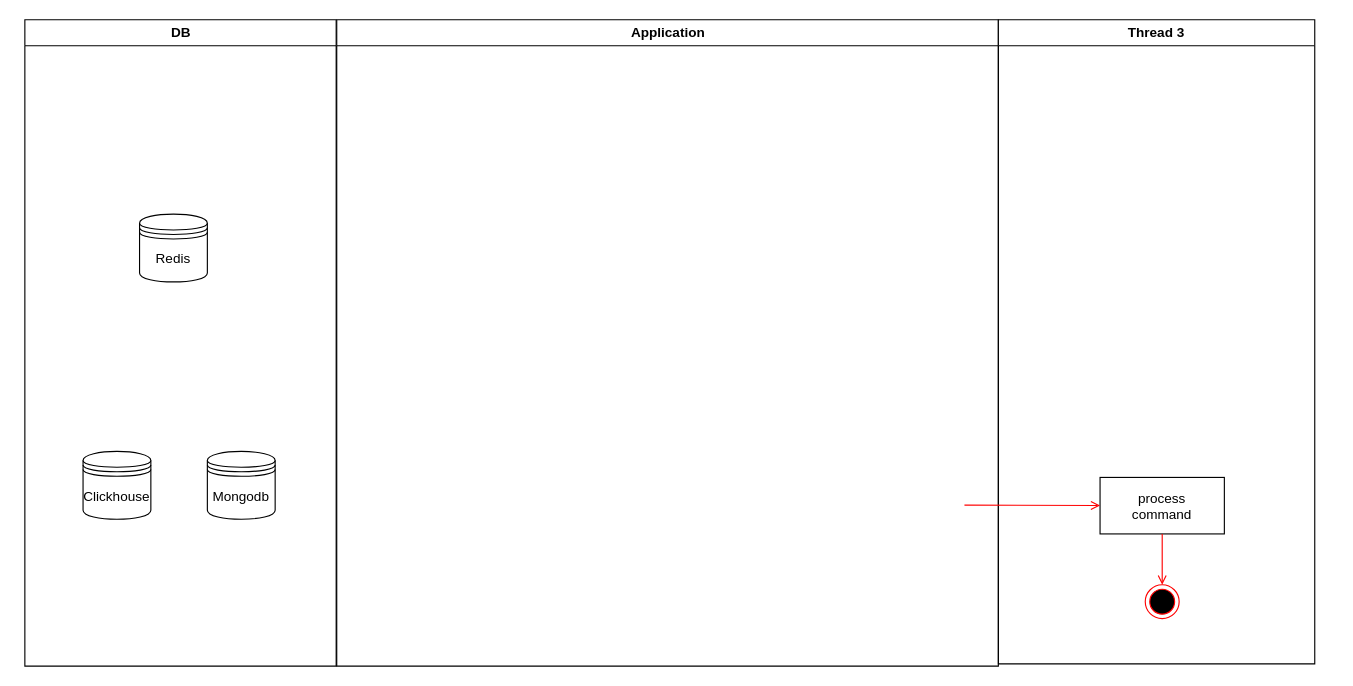
This is 未命名绘图.drawio from hoosin/hoosin, a draw.io file, before an edit. Source tidied: cells renumbered, new cells numbered last; positions are measured from the earlier drawing's top-left corner, leaving out a move shared by most shapes. Both pictures are drawn from the tidied source at 113%, with x=0, y=0 at pixel (24, 19).
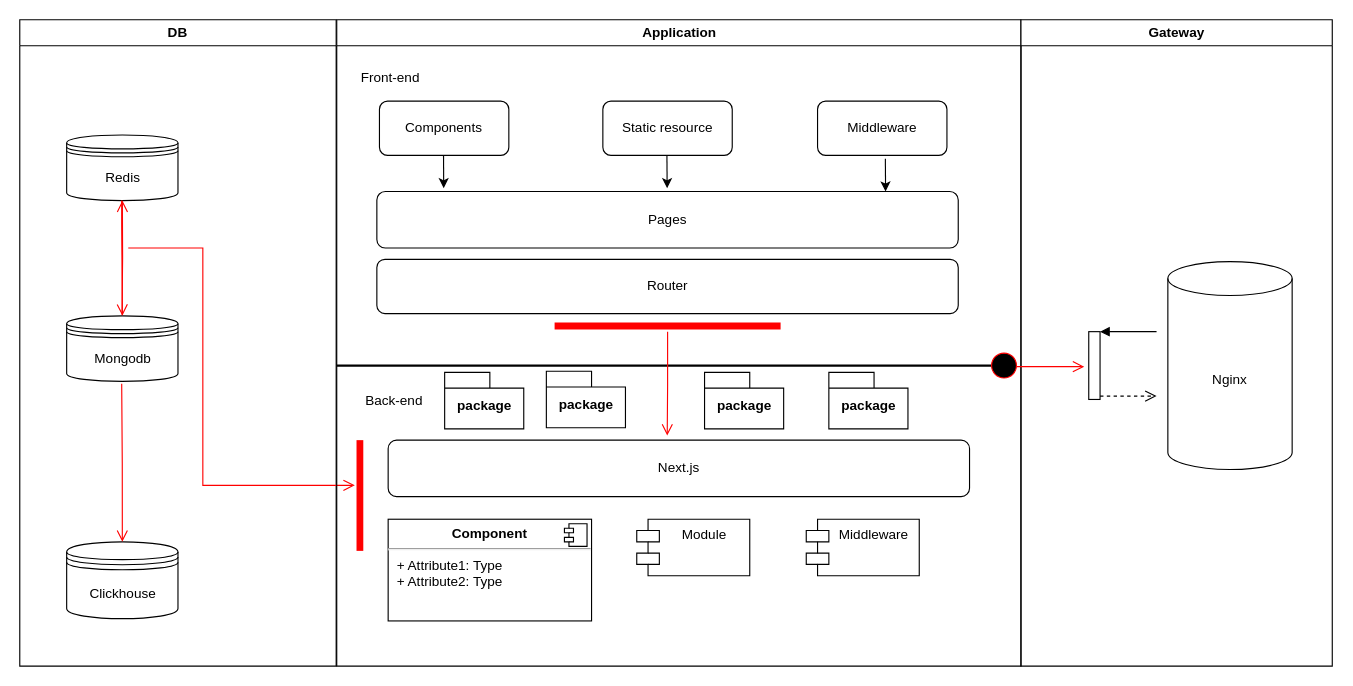
The same page after the edit.

Commit message (it also covers changes not shown here):
更新未命名绘图.drawio

What changed in the source:
```diff
@@
     <mxCell id="2" value="DB" style="swimlane;whiteSpace=wrap;" parent="1" vertex="1">
-      <mxGeometry x="0.5" width="275.5" height="572" as="geometry" />
+      <mxGeometry x="-4" width="280" height="572" as="geometry" />
     </mxCell>
     <mxCell id="3" value="Mongodb" style="shape=datastore;whiteSpace=wrap;html=1;" parent="2" vertex="1">
-      <mxGeometry x="161.5" y="382" width="60" height="60" as="geometry" />
+      <mxGeometry x="41.5" y="262" width="98.5" height="58" as="geometry" />
     </mxCell>
     <mxCell id="4" value="Clickhouse" style="shape=datastore;whiteSpace=wrap;html=1;" parent="2" vertex="1">
-      <mxGeometry x="51.5" y="382" width="60" height="60" as="geometry" />
+      <mxGeometry x="41.5" y="462" width="98.5" height="68" as="geometry" />
     </mxCell>
     <mxCell id="5" value="Redis" style="shape=datastore;whiteSpace=wrap;html=1;" parent="2" vertex="1">
-      <mxGeometry x="101.5" y="172" width="60" height="60" as="geometry" />
+      <mxGeometry x="41.5" y="102" width="98.5" height="58" as="geometry" />
     </mxCell>
+    <mxCell id="12" style="edgeStyle=orthogonalEdgeStyle;html=1;verticalAlign=bottom;endArrow=open;endSize=8;strokeColor=#ff0000;rounded=0;entryX=0.5;entryY=0;entryDx=0;entryDy=0;" parent="2" edge="1">
+      <mxGeometry relative="1" as="geometry">
+        <mxPoint x="90.2" y="160" as="sourcePoint" />
+        <mxPoint x="90.8" y="262" as="targetPoint" />
+        <Array as="points">
+          <mxPoint x="90" y="182" />
+          <mxPoint x="90" y="182" />
+        </Array>
+      </mxGeometry>
+    </mxCell>
+    <mxCell id="13" style="edgeStyle=orthogonalEdgeStyle;html=1;verticalAlign=bottom;endArrow=open;endSize=8;strokeColor=#ff0000;rounded=0;entryX=0.5;entryY=0;entryDx=0;entryDy=0;" parent="2" edge="1" target="4">
+      <mxGeometry relative="1" as="geometry">
+        <mxPoint x="90.2" y="322" as="sourcePoint" />
+      </mxGeometry>
+    </mxCell>
+    <mxCell id="14" style="edgeStyle=orthogonalEdgeStyle;html=1;verticalAlign=bottom;endArrow=open;endSize=8;strokeColor=#ff0000;rounded=0;" parent="2" edge="1" target="5">
+      <mxGeometry relative="1" as="geometry">
+        <mxPoint x="90.5" y="261" as="sourcePoint" />
+      </mxGeometry>
+    </mxCell>
+    <mxCell id="15" style="edgeStyle=orthogonalEdgeStyle;html=1;align=left;verticalAlign=bottom;endArrow=open;endSize=8;strokeColor=#ff0000;rounded=0;" parent="2" edge="1">
+      <mxGeometry x="-1" relative="1" as="geometry">
+        <mxPoint x="96" y="202" as="sourcePoint" />
+        <mxPoint x="296.5" y="412" as="targetPoint" />
+        <Array as="points">
+          <mxPoint x="162" y="202" />
+          <mxPoint x="162" y="412" />
+          <mxPoint x="296" y="412" />
+        </Array>
+      </mxGeometry>
+    </mxCell>
     <mxCell id="6" value="Application" style="swimlane;whiteSpace=wrap;" parent="1" vertex="1">
-      <mxGeometry x="276.5" width="585.5" height="572" as="geometry" />
+      <mxGeometry x="276.5" width="605.5" height="572" as="geometry" />
     </mxCell>
+    <mxCell id="16" style="line;strokeWidth=2;html=1;" parent="6" vertex="1">
+      <mxGeometry y="301" width="590" height="10" as="geometry" />
+    </mxCell>
+    <mxCell id="17" value="&amp;nbsp;Front-end" style="text;html=1;align=center;verticalAlign=middle;strokeColor=none;fillColor=none;" parent="6" vertex="1">
+      <mxGeometry x="5.5" y="37" width="80" height="30" as="geometry" />
+    </mxCell>
+    <mxCell id="18" value="Back-end" style="text;html=1;align=center;verticalAlign=middle;strokeColor=none;fillColor=none;" parent="6" vertex="1">
+      <mxGeometry x="15.5" y="322" width="70" height="30" as="geometry" />
+    </mxCell>
+    <mxCell id="19" value="Components" style="rounded=1;whiteSpace=wrap;html=1;" parent="6" vertex="1">
+      <mxGeometry x="37.8" y="72" width="114.5" height="48" as="geometry" />
+    </mxCell>
+    <mxCell id="20" value="Pages" style="rounded=1;whiteSpace=wrap;html=1;" parent="6" vertex="1">
+      <mxGeometry x="35.5" y="152" width="514.5" height="50" as="geometry" />
+    </mxCell>
+    <mxCell id="21" value="Static resource" style="rounded=1;whiteSpace=wrap;html=1;" parent="6" vertex="1">
+      <mxGeometry x="235.5" y="72" width="114.5" height="48" as="geometry" />
+    </mxCell>
+    <mxCell id="22" value="&lt;span style=&quot;&quot;&gt;Middleware&lt;/span&gt;" style="rounded=1;whiteSpace=wrap;html=1;" parent="6" vertex="1">
+      <mxGeometry x="425.5" y="72" width="114.5" height="48" as="geometry" />
+    </mxCell>
+    <mxCell id="23" value="Router" style="rounded=1;whiteSpace=wrap;html=1;" parent="6" vertex="1">
+      <mxGeometry x="35.5" y="212" width="514.5" height="48" as="geometry" />
+    </mxCell>
+    <mxCell id="24" style="endArrow=classic;html=1;rounded=0;entryX=0.115;entryY=-0.06;entryDx=0;entryDy=0;entryPerimeter=0;" parent="6" edge="1" target="20">
+      <mxGeometry relative="1" as="geometry">
+        <mxPoint x="94.5" y="120" as="sourcePoint" />
+      </mxGeometry>
+    </mxCell>
+    <mxCell id="25" style="endArrow=classic;html=1;rounded=0;entryX=0.115;entryY=-0.06;entryDx=0;entryDy=0;entryPerimeter=0;" parent="6" edge="1">
+      <mxGeometry relative="1" as="geometry">
+        <mxPoint x="292.2" y="120" as="sourcePoint" />
+        <mxPoint x="292.4" y="149" as="targetPoint" />
+      </mxGeometry>
+    </mxCell>
+    <mxCell id="26" style="endArrow=classic;html=1;rounded=0;entryX=0.115;entryY=-0.06;entryDx=0;entryDy=0;entryPerimeter=0;" parent="6" edge="1">
+      <mxGeometry relative="1" as="geometry">
+        <mxPoint x="485.5" y="123" as="sourcePoint" />
+        <mxPoint x="485.7" y="152" as="targetPoint" />
+      </mxGeometry>
+    </mxCell>
+    <mxCell id="27" style="shape=line;html=1;strokeWidth=6;strokeColor=#ff0000;" parent="6" vertex="1">
+      <mxGeometry x="192.8" y="266" width="200" height="10" as="geometry" />
+    </mxCell>
+    <mxCell id="28" style="edgeStyle=orthogonalEdgeStyle;html=1;verticalAlign=bottom;endArrow=open;endSize=8;strokeColor=#ff0000;rounded=0;entryX=0.48;entryY=-0.08;entryDx=0;entryDy=0;entryPerimeter=0;" parent="6" edge="1" source="27" target="30">
+      <mxGeometry relative="1" as="geometry" />
+    </mxCell>
+    <mxCell id="29" style="shape=line;html=1;strokeWidth=6;strokeColor=#ff0000;direction=south;" parent="6" vertex="1">
+      <mxGeometry x="15.5" y="372" width="10" height="98" as="geometry" />
+    </mxCell>
+    <mxCell id="30" value="Next.js" style="rounded=1;whiteSpace=wrap;html=1;" parent="6" vertex="1">
+      <mxGeometry x="45.5" y="372" width="514.5" height="50" as="geometry" />
+    </mxCell>
+    <mxCell id="31" value="Module" style="shape=module;align=left;spacingLeft=20;align=center;verticalAlign=top;" parent="6" vertex="1">
+      <mxGeometry x="265.5" y="442" width="100" height="50" as="geometry" />
+    </mxCell>
+    <mxCell id="32" value="package" style="shape=folder;fontStyle=1;spacingTop=10;tabWidth=40;tabHeight=14;tabPosition=left;html=1;" parent="6" vertex="1">
+      <mxGeometry x="95.5" y="312" width="70" height="50" as="geometry" />
+    </mxCell>
+    <mxCell id="33" value="&lt;p style=&quot;margin:0px;margin-top:6px;text-align:center;&quot;&gt;&lt;b&gt;Component&lt;/b&gt;&lt;/p&gt;&lt;hr/&gt;&lt;p style=&quot;margin:0px;margin-left:8px;&quot;&gt;+ Attribute1: Type&lt;br/&gt;+ Attribute2: Type&lt;/p&gt;" style="align=left;overflow=fill;html=1;" parent="6" vertex="1">
+      <mxGeometry x="45.5" y="442" width="180" height="90" as="geometry" />
+    </mxCell>
+    <mxCell id="34" style="shape=component;jettyWidth=8;jettyHeight=4;" parent="33" vertex="1">
+      <mxGeometry x="1" width="20" height="20" relative="1" as="geometry">
+        <mxPoint x="-24" y="4" as="offset" />
+      </mxGeometry>
+    </mxCell>
+    <mxCell id="35" value="package" style="shape=folder;fontStyle=1;spacingTop=10;tabWidth=40;tabHeight=14;tabPosition=left;html=1;" parent="6" vertex="1">
+      <mxGeometry x="325.5" y="312" width="70" height="50" as="geometry" />
+    </mxCell>
+    <mxCell id="36" value="package" style="shape=folder;fontStyle=1;spacingTop=10;tabWidth=40;tabHeight=14;tabPosition=left;html=1;" parent="6" vertex="1">
+      <mxGeometry x="185.5" y="311" width="70" height="50" as="geometry" />
+    </mxCell>
+    <mxCell id="37" value="package" style="shape=folder;fontStyle=1;spacingTop=10;tabWidth=40;tabHeight=14;tabPosition=left;html=1;" parent="6" vertex="1">
+      <mxGeometry x="435.5" y="312" width="70" height="50" as="geometry" />
+    </mxCell>
+    <mxCell id="38" style="ellipse;html=1;shape=startState;fillColor=#000000;strokeColor=#ff0000;" parent="6" vertex="1">
+      <mxGeometry x="575.5" y="291" width="30" height="30" as="geometry" />
+    </mxCell>
+    <mxCell id="39" value="Middleware" style="shape=module;align=left;spacingLeft=20;align=center;verticalAlign=top;" parent="6" vertex="1">
+      <mxGeometry x="415.5" y="442" width="100" height="50" as="geometry" />
+    </mxCell>
-    <mxCell id="7" value="Thread 3" style="swimlane;whiteSpace=wrap;" parent="1" vertex="1">
-      <mxGeometry x="862" width="280" height="570" as="geometry" />
+    <mxCell id="7" value="Gateway" style="swimlane;whiteSpace=wrap;" parent="1" vertex="1">
+      <mxGeometry x="882" width="275.5" height="572" as="geometry" />
     </mxCell>
-    <mxCell id="8" value="process&#10;command" parent="7" vertex="1">
-      <mxGeometry x="90" y="405" width="110" height="50" as="geometry" />
-    </mxCell>
-    <mxCell id="9" style="edgeStyle=none;strokeColor=#FF0000;endArrow=open;endFill=1;rounded=0;" parent="7" edge="1" target="8">
-      <mxGeometry relative="1" as="geometry">
-        <mxPoint x="-30" y="429.5" as="sourcePoint" />
-      </mxGeometry>
-    </mxCell>
-    <mxCell id="10" style="ellipse;shape=endState;fillColor=#000000;strokeColor=#ff0000;" parent="7" vertex="1">
-      <mxGeometry x="130" y="500" width="30" height="30" as="geometry" />
-    </mxCell>
-    <mxCell id="11" style="endArrow=open;strokeColor=#FF0000;endFill=1;rounded=0;" parent="7" edge="1" source="8" target="10">
-      <mxGeometry relative="1" as="geometry" />
-    </mxCell>
+    <mxCell id="40" style="edgeStyle=orthogonalEdgeStyle;html=1;verticalAlign=bottom;endArrow=open;endSize=8;strokeColor=#ff0000;rounded=0;" parent="7" edge="1">
+      <mxGeometry relative="1" as="geometry">
+        <mxPoint x="-4" y="307" as="sourcePoint" />
+        <mxPoint x="56" y="307" as="targetPoint" />
+      </mxGeometry>
+    </mxCell>
+    <mxCell id="41" style="html=1;points=[];perimeter=orthogonalPerimeter;" parent="7" vertex="1">
+      <mxGeometry x="60" y="276" width="10" height="60" as="geometry" />
+    </mxCell>
+    <mxCell id="42" style="html=1;verticalAlign=bottom;endArrow=block;entryX=1;entryY=0;rounded=0;" parent="7" edge="1" target="41">
+      <mxGeometry relative="1" as="geometry">
+        <mxPoint x="120" y="276" as="sourcePoint" />
+      </mxGeometry>
+    </mxCell>
+    <mxCell id="43" style="html=1;verticalAlign=bottom;endArrow=open;dashed=1;endSize=8;exitX=1;exitY=0.95;rounded=0;" parent="7" edge="1" source="41">
+      <mxGeometry relative="1" as="geometry">
+        <mxPoint x="120" y="333" as="targetPoint" />
+      </mxGeometry>
+    </mxCell>
+    <mxCell id="44" value="Nginx" style="shape=cylinder3;whiteSpace=wrap;html=1;boundedLbl=1;backgroundOutline=1;size=15;" parent="7" vertex="1">
+      <mxGeometry x="130" y="214" width="110" height="184" as="geometry" />
+    </mxCell>
```
